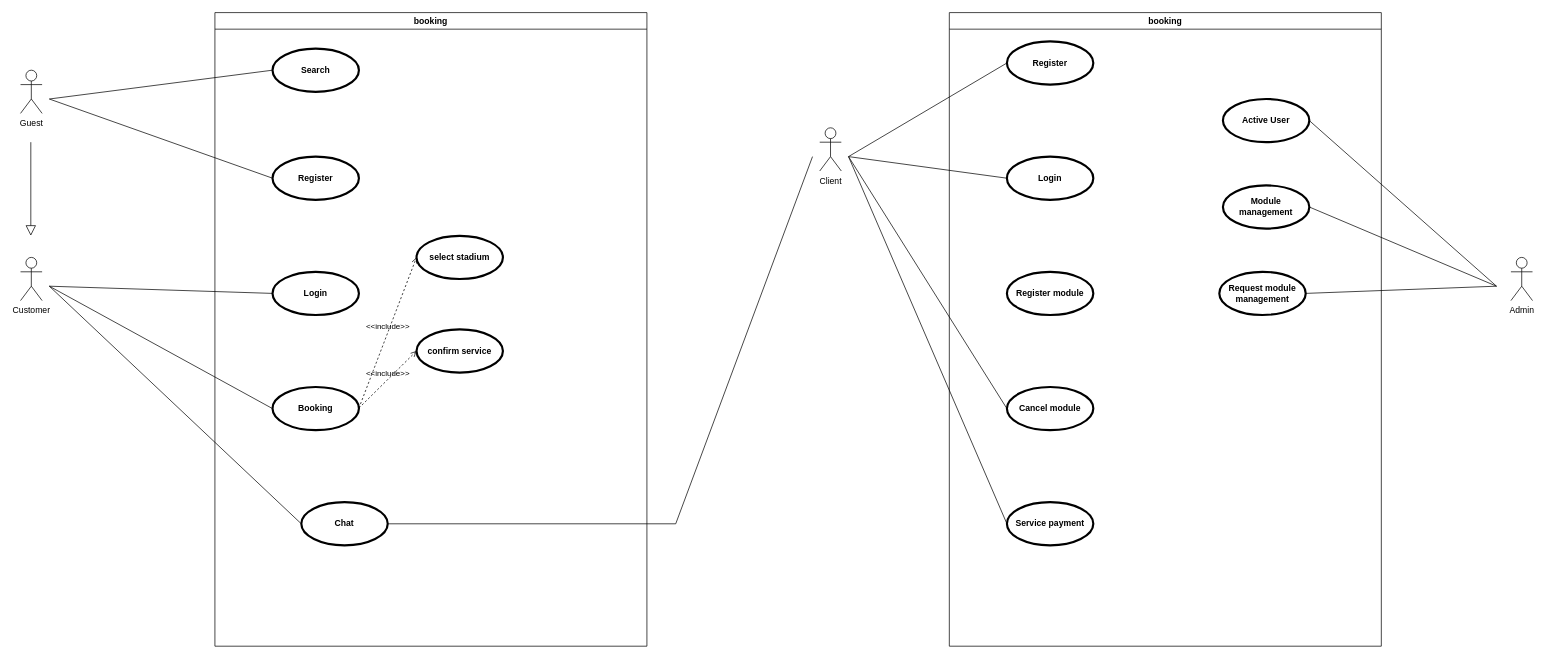
vanbjnbjn/usecase keeps this draw.io diagram as booking.drawio. Above is the earlier version. Source tidied: cells renumbered, new cells numbered last; positions are measured from the earlier drawing's top-left corner, leaving out a move shared by most shapes. Both pictures are drawn from the tidied source at 72%, with x=0, y=0 at pixel (20, 12).
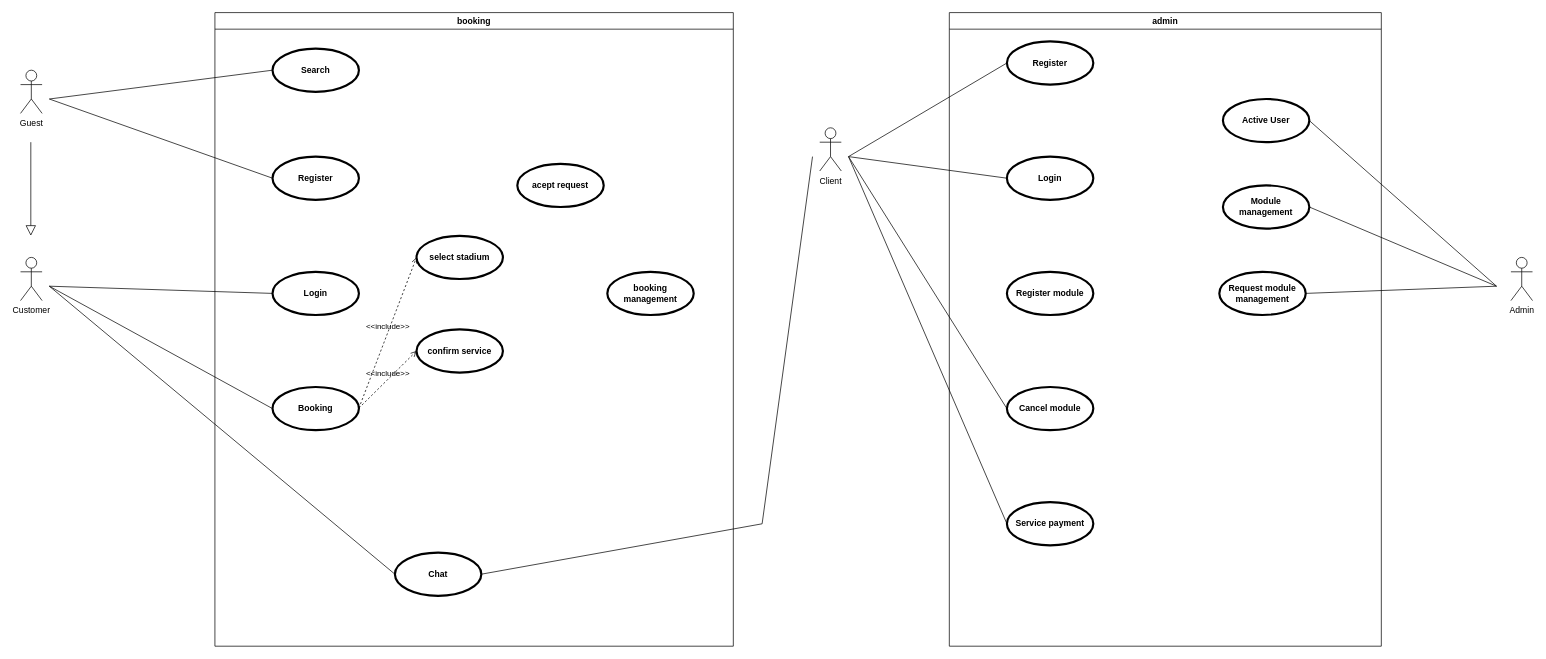
The same diagram, later.

Change to the diagram source:
```diff
@@
     <mxCell id="7" value="booking" style="swimlane;whiteSpace=wrap;html=1;" parent="1" vertex="1">
-      <mxGeometry x="270" width="600" height="880" as="geometry" />
+      <mxGeometry x="270" width="720" height="880" as="geometry" />
     </mxCell>
@@
     <mxCell id="11" value="Chat" style="shape=ellipse;html=1;strokeWidth=3;fontStyle=1;whiteSpace=wrap;align=center;perimeter=ellipsePerimeter;" parent="7" vertex="1">
-      <mxGeometry x="120" y="680" width="120" height="60" as="geometry" />
+      <mxGeometry x="250" y="750" width="120" height="60" as="geometry" />
     </mxCell>
@@
+    <mxCell id="39" value="booking management" style="shape=ellipse;html=1;strokeWidth=3;fontStyle=1;whiteSpace=wrap;align=center;perimeter=ellipsePerimeter;" parent="7" vertex="1">
+      <mxGeometry x="545" y="360" width="120" height="60" as="geometry" />
+    </mxCell>
+    <mxCell id="40" value="acept request" style="shape=ellipse;html=1;strokeWidth=3;fontStyle=1;whiteSpace=wrap;align=center;perimeter=ellipsePerimeter;" parent="7" vertex="1">
+      <mxGeometry x="420" y="210" width="120" height="60" as="geometry" />
+    </mxCell>
@@
     <mxCell id="22" style="edgeStyle=none;html=1;endArrow=none;verticalAlign=bottom;rounded=0;entryX=1;entryY=0.5;entryDx=0;entryDy=0;" parent="1" edge="1" target="11">
       <mxGeometry relative="1" as="geometry">
         <mxPoint x="1100" y="200" as="sourcePoint" />
         <Array as="points">
-          <mxPoint x="910" y="710" />
+          <mxPoint x="1030" y="710" />
         </Array>
       </mxGeometry>
     </mxCell>
-    <mxCell id="23" value="booking" style="swimlane;whiteSpace=wrap;html=1;" parent="1" vertex="1">
+    <mxCell id="23" value="admin" style="swimlane;whiteSpace=wrap;html=1;startSize=23;" parent="1" vertex="1">
       <mxGeometry x="1290" width="600" height="880" as="geometry" />
     </mxCell>
```
